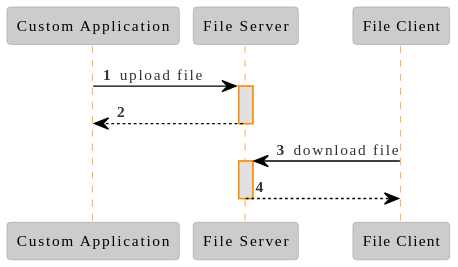
The PlantUML diagram docs/img/Sequence Diagram - File Upload.svg in eluinstra/file-server-documentation, before a commit. The source it was exported from:
```plantuml
@startuml
!theme reddress-lightorange

skinparam backgroundColor transparent


participant "Custom Application" as app
participant "File Server" as fs
participant "File Client" as fc

autonumber 1

app -> fs: upload file
activate fs

fs --> app
deactivate fs

fc -> fs: download file
activate fs

fs --> fc
deactivate fs
@enduml
```
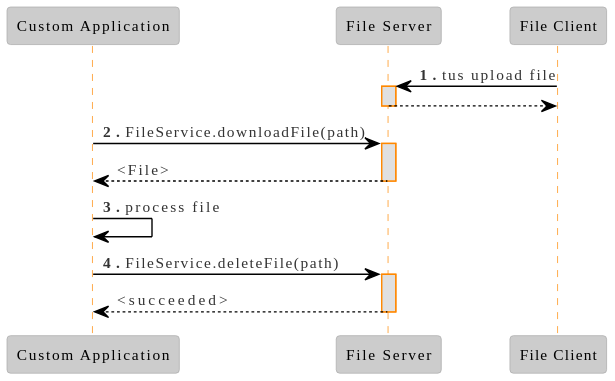
After the change.

Diff of the diagram source:
```diff
@@ -8,17 +8,23 @@
 participant "File Server" as fs
 participant "File Client" as fc
 
-autonumber 1
-
-app -> fs: upload file
-activate fs
-
-fs --> app
-deactivate fs
-
-fc -> fs: download file
+fc -> fs: **1.** tus upload file
 activate fs
 
 fs --> fc
 deactivate fs
+
+app -> fs: **2.** FileService.downloadFile(path)
+activate fs
+
+fs --> app: <File>
+deactivate fs
+
+app -> app: **3.** process file
+
+app -> fs: **4.** FileService.deleteFile(path)
+activate fs
+
+fs --> app: <succeeded>
+deactivate fs
 @enduml
```
